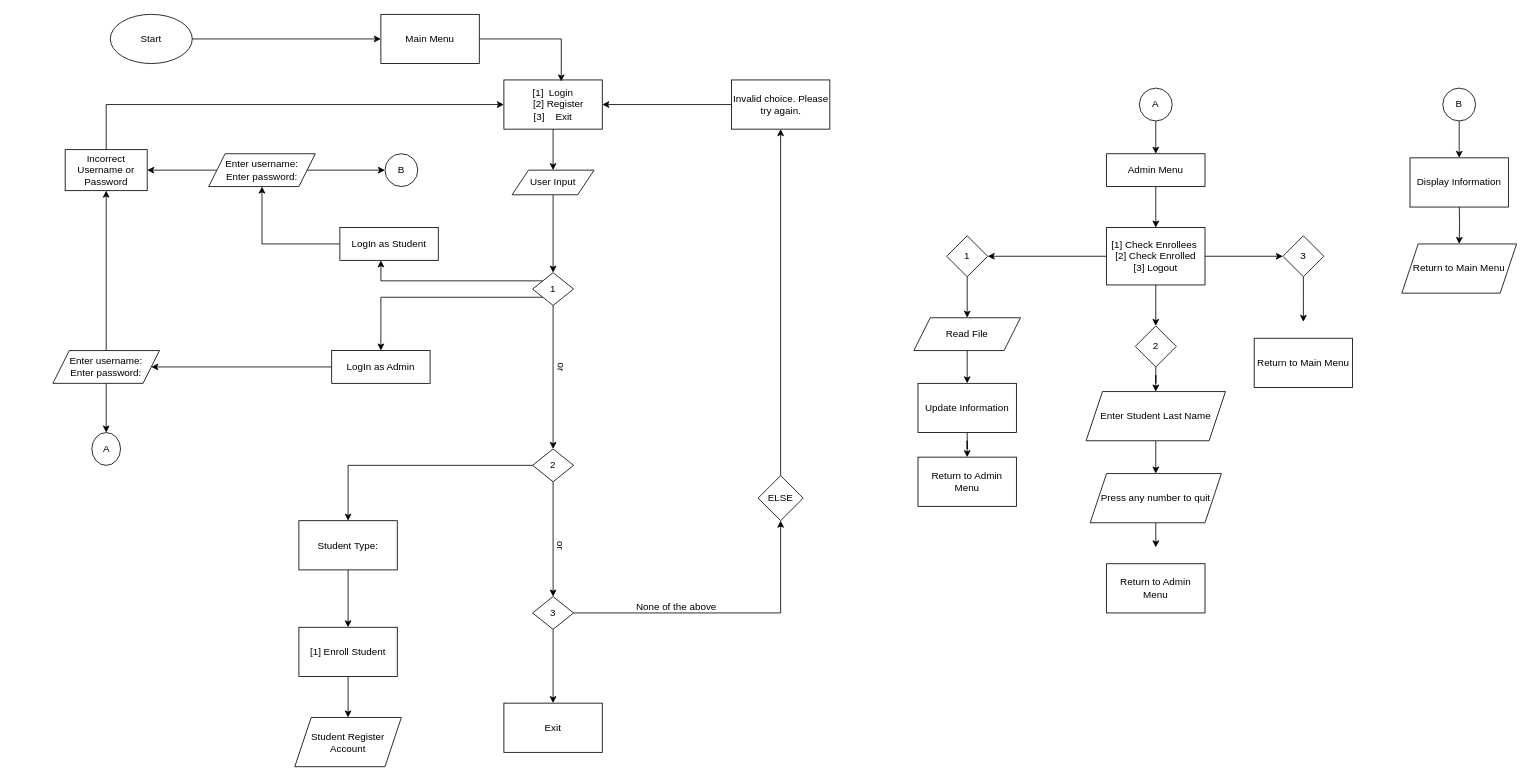
Earlier version of the draw.io diagram Untitled Diagram.drawio (gabbiruu/Inventory-System). Source tidied: cells renumbered, new cells numbered last; positions are measured from the earlier drawing's top-left corner, leaving out a move shared by most shapes. Both pictures are drawn from the tidied source at 82%, with x=0, y=0 at pixel (52, 14).
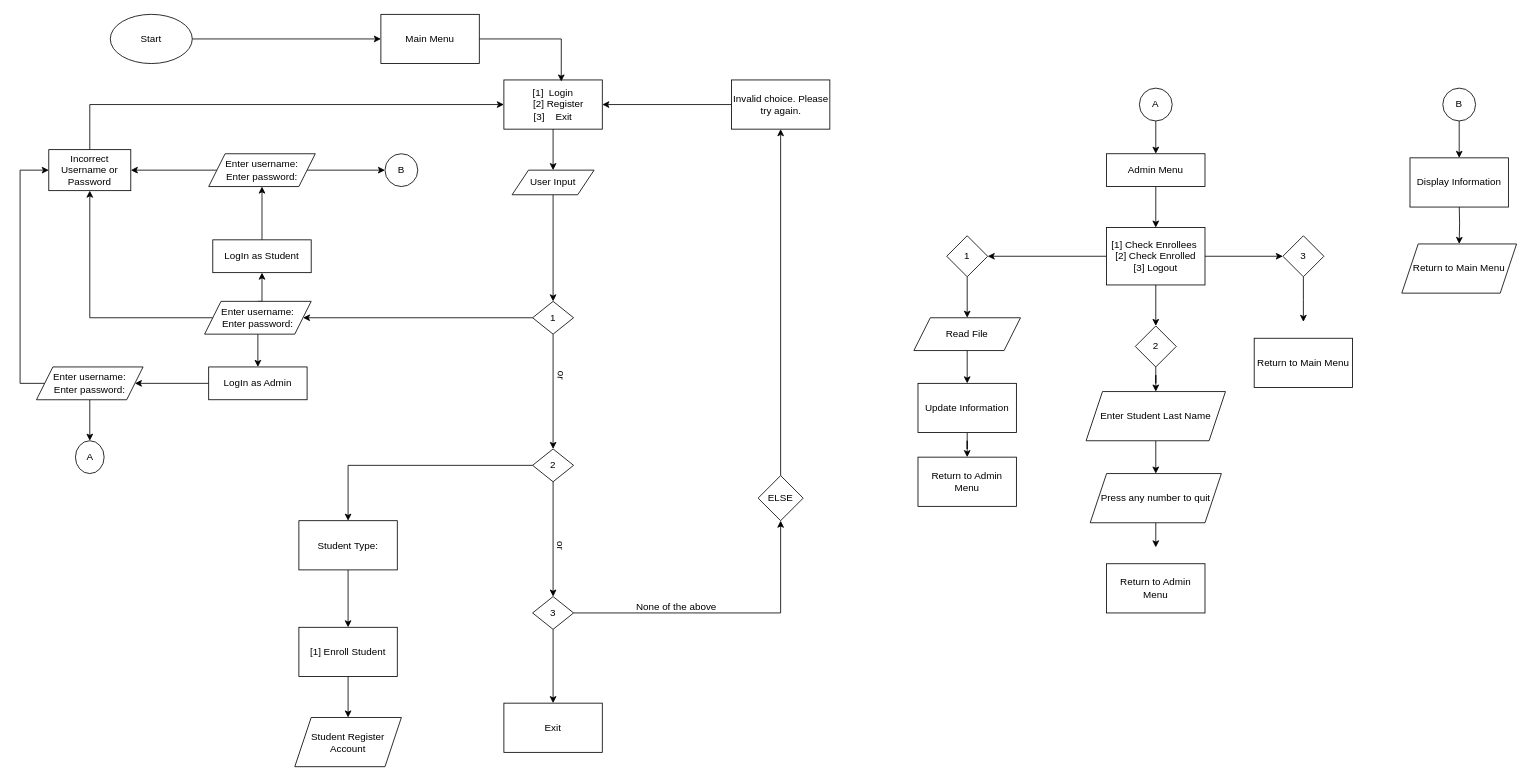
Above is the later version.

What changed in the source:
```diff
@@
     <mxCell id="16" value="Incorrect Username or Password" style="rounded=0;whiteSpace=wrap;html=1;" parent="1" vertex="1">
-      <mxGeometry x="15" y="165" width="100" height="50" as="geometry" />
+      <mxGeometry x="-5" y="165" width="100" height="50" as="geometry" />
     </mxCell>
@@
     <mxCell id="18" value="LogIn as Admin" style="rounded=0;whiteSpace=wrap;html=1;" parent="1" vertex="1">
-      <mxGeometry x="340" y="410" width="120" height="40" as="geometry" />
+      <mxGeometry x="190" y="430" width="120" height="40" as="geometry" />
     </mxCell>
@@
-    <mxCell id="20" style="edgeStyle=orthogonalEdgeStyle;rounded=0;jettySize=auto;html=1;exitX=0.5;exitY=0;exitDx=0;exitDy=0;" parent="1" edge="1" source="21" target="16">
-      <mxGeometry relative="1" as="geometry" />
+    <mxCell id="20" style="edgeStyle=orthogonalEdgeStyle;rounded=0;jettySize=auto;html=1;exitX=0;exitY=0.5;exitDx=0;exitDy=0;entryX=0;entryY=0.5;entryDx=0;entryDy=0;" parent="1" edge="1" source="21" target="16">
+      <mxGeometry relative="1" as="geometry">
+        <Array as="points">
+          <mxPoint x="-40" y="450" />
+          <mxPoint x="-40" y="190" />
+        </Array>
+      </mxGeometry>
     </mxCell>
     <mxCell id="21" value="Enter username:&lt;br&gt;Enter password:" style="shape=parallelogram;perimeter=parallelogramPerimeter;whiteSpace=wrap;html=1;fixedSize=1;" parent="1" vertex="1">
-      <mxGeometry y="410" width="130" height="40" as="geometry" />
+      <mxGeometry x="-20" y="430" width="130" height="40" as="geometry" />
     </mxCell>
@@
     <mxCell id="23" value="LogIn as Student" style="rounded=0;whiteSpace=wrap;html=1;" parent="1" vertex="1">
-      <mxGeometry x="350" y="260" width="120" height="40" as="geometry" />
+      <mxGeometry x="195" y="275" width="120" height="40" as="geometry" />
     </mxCell>
@@
     <mxCell id="64" value="A" style="ellipse;whiteSpace=wrap;html=1;" parent="1" vertex="1">
-      <mxGeometry x="47.5" y="510" width="35" height="40" as="geometry" />
+      <mxGeometry x="27.5" y="520" width="35" height="40" as="geometry" />
     </mxCell>
@@
-    <mxCell id="71" style="edgeStyle=orthogonalEdgeStyle;rounded=0;jettySize=auto;html=1;exitX=0;exitY=1;exitDx=0;exitDy=0;entryX=0.5;entryY=0;entryDx=0;entryDy=0;" parent="1" edge="1" source="73" target="18">
-      <mxGeometry relative="1" as="geometry" />
-    </mxCell>
-    <mxCell id="72" style="edgeStyle=orthogonalEdgeStyle;rounded=0;jettySize=auto;html=1;exitX=0;exitY=0;exitDx=0;exitDy=0;entryX=0.417;entryY=1;entryDx=0;entryDy=0;entryPerimeter=0;" parent="1" edge="1" source="73" target="23">
-      <mxGeometry relative="1" as="geometry" />
-    </mxCell>
+    <mxCell id="79" style="edgeStyle=orthogonalEdgeStyle;rounded=0;jettySize=auto;html=1;exitX=0;exitY=0.5;exitDx=0;exitDy=0;entryX=1;entryY=0.5;entryDx=0;entryDy=0;" parent="1" edge="1" source="73" target="83">
+      <mxGeometry relative="1" as="geometry" />
+    </mxCell>
     <mxCell id="73" value="1" style="rhombus;whiteSpace=wrap;html=1;" parent="1" vertex="1">
-      <mxGeometry x="585" y="315" width="50" height="40" as="geometry" />
+      <mxGeometry x="585" y="350" width="50" height="40" as="geometry" />
     </mxCell>
     <mxCell id="74" value="or" style="text;html=1;align=center;verticalAlign=middle;strokeColor=none;fillColor=none;rotation=95;" parent="1" vertex="1">
-      <mxGeometry x="605" y="415" width="30" height="30" as="geometry" />
+      <mxGeometry x="605" y="425" width="30" height="30" as="geometry" />
     </mxCell>
@@
+    <mxCell id="80" style="edgeStyle=orthogonalEdgeStyle;rounded=0;jettySize=auto;html=1;exitX=0;exitY=0.5;exitDx=0;exitDy=0;entryX=0.5;entryY=1;entryDx=0;entryDy=0;" parent="1" edge="1" source="83" target="16">
+      <mxGeometry relative="1" as="geometry" />
+    </mxCell>
+    <mxCell id="81" style="edgeStyle=orthogonalEdgeStyle;rounded=0;jettySize=auto;html=1;exitX=0.5;exitY=1;exitDx=0;exitDy=0;entryX=0.5;entryY=0;entryDx=0;entryDy=0;" parent="1" edge="1" source="83" target="18">
+      <mxGeometry relative="1" as="geometry" />
+    </mxCell>
+    <mxCell id="82" style="edgeStyle=orthogonalEdgeStyle;rounded=0;jettySize=auto;html=1;exitX=0.5;exitY=0;exitDx=0;exitDy=0;entryX=0.5;entryY=1;entryDx=0;entryDy=0;" parent="1" edge="1" source="83" target="23">
+      <mxGeometry relative="1" as="geometry" />
+    </mxCell>
+    <mxCell id="83" value="Enter username:&lt;br&gt;Enter password:" style="shape=parallelogram;perimeter=parallelogramPerimeter;whiteSpace=wrap;html=1;fixedSize=1;" parent="1" vertex="1">
+      <mxGeometry x="185" y="350" width="130" height="40" as="geometry" />
+    </mxCell>
```
